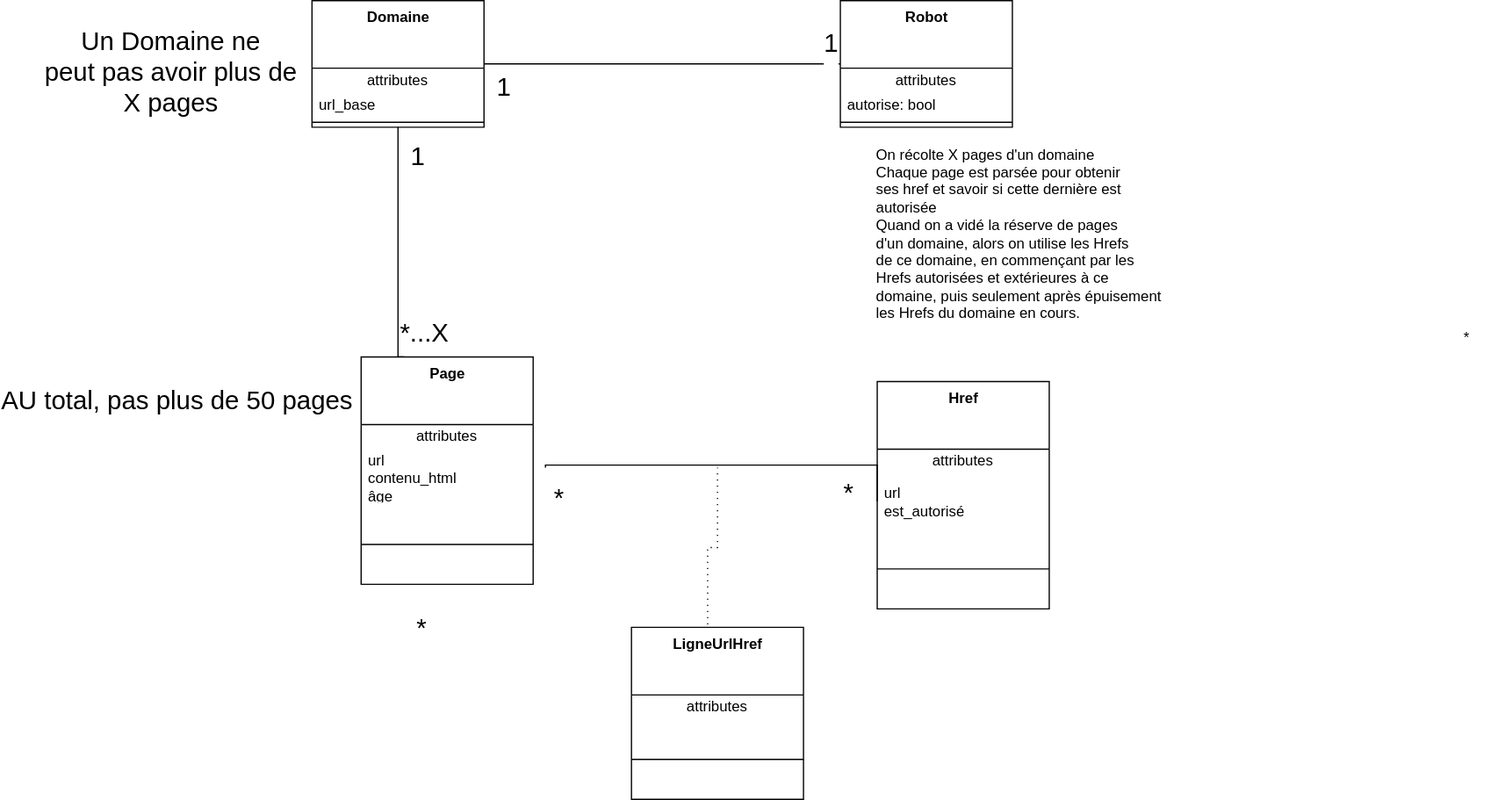
The draw.io diagram TP1/doc/diagramme_de_classes.drawio.svg in WolfPackStatMathieu/indexation_web, before a commit. Source tidied: cells renumbered, new cells last; positions are measured from the earlier drawing's top-left corner, leaving out a move shared by most shapes. The source it was exported from:
```xml
<mxGraphModel>
  <root>
    <mxCell id="0" />
    <mxCell id="1" parent="0" />
    <mxCell id="2" value="&lt;div style=&quot;font-size: 21px;&quot;&gt;*...X&lt;/div&gt;" style="edgeStyle=orthogonalEdgeStyle;html=1;exitX=0.25;exitY=0;exitDx=0;exitDy=0;entryX=0.5;entryY=1;entryDx=0;entryDy=0;rounded=0;verticalAlign=middle;align=left;labelPosition=right;verticalLabelPosition=middle;fontSize=21;horizontal=1;strokeColor=default;endArrow=none;endFill=0;" parent="1" edge="1" source="8" target="4">
      <mxGeometry x="-0.74" relative="1" as="geometry">
        <Array as="points">
          <mxPoint x="300" y="290" />
        </Array>
      </mxGeometry>
    </mxCell>
    <mxCell id="3" value="1" style="edgeLabel;html=1;align=center;verticalAlign=middle;fontSize=21;" parent="2" vertex="1">
      <mxGeometry x="-0.64" y="-1" relative="1" as="geometry">
        <mxPoint x="14" y="-136" as="offset" />
      </mxGeometry>
    </mxCell>
    <mxCell id="4" value="&lt;b&gt;Domaine&lt;/b&gt;" style="swimlane;fontStyle=0;align=center;verticalAlign=top;horizontal=1;startSize=55;html=1;" parent="1" vertex="1">
      <mxGeometry x="230" width="140" height="103" as="geometry" />
    </mxCell>
    <mxCell id="5" value="attributes" style="text;html=1;strokeColor=none;fillColor=none;align=center;verticalAlign=middle;spacingLeft=4;spacingRight=4;overflow=hidden;" parent="4" vertex="1">
      <mxGeometry y="55" width="140" height="20" as="geometry" />
    </mxCell>
    <mxCell id="6" value="url_base" style="text;html=1;strokeColor=none;fillColor=none;align=left;verticalAlign=middle;spacingLeft=4;spacingRight=4;overflow=hidden;" parent="4" vertex="1">
      <mxGeometry y="75" width="140" height="20" as="geometry" />
    </mxCell>
    <mxCell id="7" style="line;strokeWidth=1;fillColor=none;align=left;verticalAlign=middle;spacingTop=-1;spacingLeft=3;spacingRight=3;labelPosition=right;" parent="4" vertex="1">
      <mxGeometry y="95" width="140" height="8" as="geometry" />
    </mxCell>
    <mxCell id="8" value="&lt;b&gt;Page&lt;/b&gt;" style="swimlane;fontStyle=0;align=center;verticalAlign=top;horizontal=1;startSize=55;html=1;" parent="1" vertex="1">
      <mxGeometry x="270" y="290" width="140" height="185" as="geometry" />
    </mxCell>
    <mxCell id="9" value="attributes" style="text;html=1;strokeColor=none;fillColor=none;align=center;verticalAlign=middle;spacingLeft=4;spacingRight=4;overflow=hidden;" parent="8" vertex="1">
      <mxGeometry y="55" width="140" height="20" as="geometry" />
    </mxCell>
    <mxCell id="10" value="url&lt;br&gt;contenu_html&lt;br&gt;âge" style="text;html=1;strokeColor=none;fillColor=none;align=left;verticalAlign=middle;spacingLeft=4;spacingRight=4;overflow=hidden;" parent="8" vertex="1">
      <mxGeometry y="75" width="140" height="45" as="geometry" />
    </mxCell>
    <mxCell id="11" style="line;strokeWidth=1;fillColor=none;align=left;verticalAlign=middle;spacingTop=-1;spacingLeft=3;spacingRight=3;labelPosition=right;" parent="8" vertex="1">
      <mxGeometry y="120" width="140" height="65" as="geometry" />
    </mxCell>
    <mxCell id="12" value="*" style="text;strokeColor=none;align=center;fillColor=none;html=1;verticalAlign=middle;whiteSpace=wrap;rounded=0;" parent="1" vertex="1">
      <mxGeometry x="1140" y="260" width="60" height="30" as="geometry" />
    </mxCell>
    <mxCell id="13" value="&lt;b&gt;Href&lt;/b&gt;" style="swimlane;fontStyle=0;align=center;verticalAlign=top;horizontal=1;startSize=55;html=1;" parent="1" vertex="1">
      <mxGeometry x="690" y="310" width="140" height="185" as="geometry" />
    </mxCell>
    <mxCell id="14" value="attributes" style="text;html=1;strokeColor=none;fillColor=none;align=center;verticalAlign=middle;spacingLeft=4;spacingRight=4;overflow=hidden;" parent="13" vertex="1">
      <mxGeometry y="55" width="140" height="20" as="geometry" />
    </mxCell>
    <mxCell id="15" value="url&lt;br&gt;est_autorisé" style="text;html=1;strokeColor=none;fillColor=none;align=left;verticalAlign=middle;spacingLeft=4;spacingRight=4;overflow=hidden;points=[[0,0.5],[1,0.5]];portConstraint=eastwest;" parent="13" vertex="1">
      <mxGeometry y="75" width="140" height="45" as="geometry" />
    </mxCell>
    <mxCell id="16" style="line;strokeWidth=1;fillColor=none;align=left;verticalAlign=middle;spacingTop=-1;spacingLeft=3;spacingRight=3;labelPosition=right;" parent="13" vertex="1">
      <mxGeometry y="120" width="140" height="65" as="geometry" />
    </mxCell>
    <mxCell id="17" value="&lt;div style=&quot;font-size: 21px;&quot;&gt;*&lt;/div&gt;" style="edgeStyle=orthogonalEdgeStyle;html=1;exitX=0;exitY=0.5;exitDx=0;exitDy=0;rounded=0;verticalAlign=middle;align=left;labelPosition=right;verticalLabelPosition=middle;fontSize=21;horizontal=1;strokeColor=default;endArrow=none;endFill=0;" parent="1" edge="1" source="15">
      <mxGeometry x="-0.61" y="22" relative="1" as="geometry">
        <mxPoint x="420" y="380" as="targetPoint" />
        <Array as="points">
          <mxPoint x="420" y="378" />
        </Array>
        <mxPoint x="1" as="offset" />
      </mxGeometry>
    </mxCell>
    <mxCell id="18" value="*" style="edgeLabel;html=1;align=center;verticalAlign=middle;fontSize=21;" parent="17" vertex="1">
      <mxGeometry x="-0.64" y="-1" relative="1" as="geometry">
        <mxPoint x="-235" y="26" as="offset" />
      </mxGeometry>
    </mxCell>
    <mxCell id="19" value="&lt;div style=&quot;font-size: 21px;&quot;&gt;&lt;br&gt;&lt;/div&gt;" style="html=1;rounded=0;verticalAlign=middle;align=left;labelPosition=right;verticalLabelPosition=middle;fontSize=21;horizontal=1;strokeColor=default;endArrow=none;endFill=0;dashed=1;dashPattern=1 4;exitX=0.443;exitY=-0.017;exitDx=0;exitDy=0;exitPerimeter=0;edgeStyle=orthogonalEdgeStyle;" parent="1" edge="1" source="21">
      <mxGeometry x="-0.61" y="22" relative="1" as="geometry">
        <mxPoint x="560" y="380" as="targetPoint" />
        <mxPoint x="1" as="offset" />
      </mxGeometry>
    </mxCell>
    <mxCell id="20" value="*" style="edgeLabel;html=1;align=center;verticalAlign=middle;fontSize=21;" parent="19" vertex="1">
      <mxGeometry x="-0.64" y="-1" relative="1" as="geometry">
        <mxPoint x="-235" y="26" as="offset" />
      </mxGeometry>
    </mxCell>
    <mxCell id="21" value="&lt;b&gt;LigneUrlHref&lt;/b&gt;" style="swimlane;fontStyle=0;align=center;verticalAlign=top;horizontal=1;startSize=55;html=1;" parent="1" vertex="1">
      <mxGeometry x="490" y="510" width="140" height="140" as="geometry" />
    </mxCell>
    <mxCell id="22" value="attributes" style="text;html=1;strokeColor=none;fillColor=none;align=center;verticalAlign=middle;spacingLeft=4;spacingRight=4;overflow=hidden;" parent="21" vertex="1">
      <mxGeometry y="55" width="140" height="20" as="geometry" />
    </mxCell>
    <mxCell id="23" style="line;strokeWidth=1;fillColor=none;align=left;verticalAlign=middle;spacingTop=-1;spacingLeft=3;spacingRight=3;labelPosition=right;" parent="21" vertex="1">
      <mxGeometry y="75" width="140" height="65" as="geometry" />
    </mxCell>
    <mxCell id="24" value="&lt;b&gt;Robot&lt;/b&gt;" style="swimlane;fontStyle=0;align=center;verticalAlign=top;horizontal=1;startSize=55;html=1;" parent="1" vertex="1">
      <mxGeometry x="660" width="140" height="103" as="geometry" />
    </mxCell>
    <mxCell id="25" value="attributes" style="text;html=1;strokeColor=none;fillColor=none;align=center;verticalAlign=middle;spacingLeft=4;spacingRight=4;overflow=hidden;" parent="24" vertex="1">
      <mxGeometry y="55" width="140" height="20" as="geometry" />
    </mxCell>
    <mxCell id="26" value="autorise: bool" style="text;html=1;strokeColor=none;fillColor=none;align=left;verticalAlign=middle;spacingLeft=4;spacingRight=4;overflow=hidden;" parent="24" vertex="1">
      <mxGeometry y="75" width="140" height="20" as="geometry" />
    </mxCell>
    <mxCell id="27" style="line;strokeWidth=1;fillColor=none;align=left;verticalAlign=middle;spacingTop=-1;spacingLeft=3;spacingRight=3;labelPosition=right;" parent="24" vertex="1">
      <mxGeometry y="95" width="140" height="8" as="geometry" />
    </mxCell>
    <mxCell id="28" value="&lt;div style=&quot;font-size: 21px;&quot;&gt;1&lt;/div&gt;&lt;div style=&quot;font-size: 21px;&quot;&gt;&lt;br&gt;&lt;/div&gt;" style="html=1;exitX=0;exitY=0.5;exitDx=0;exitDy=0;entryX=1;entryY=0.5;entryDx=0;entryDy=0;rounded=0;verticalAlign=middle;align=left;labelPosition=right;verticalLabelPosition=middle;fontSize=21;horizontal=1;strokeColor=default;endArrow=none;endFill=0;edgeStyle=orthogonalEdgeStyle;" parent="1" edge="1" source="24" target="4">
      <mxGeometry x="-0.9" y="-5" relative="1" as="geometry" />
    </mxCell>
    <mxCell id="29" value="1" style="edgeLabel;html=1;align=center;verticalAlign=top;fontSize=21;" parent="28" vertex="1">
      <mxGeometry x="0.9" y="-1" relative="1" as="geometry">
        <mxPoint x="1" as="offset" />
      </mxGeometry>
    </mxCell>
    <mxCell id="30" value="AU total, pas plus de 50 pages&lt;br&gt;" style="text;html=1;align=center;verticalAlign=middle;strokeColor=none;fillColor=none;fontSize=21;" parent="1" vertex="1">
      <mxGeometry x="50" y="305" width="140" height="40" as="geometry" />
    </mxCell>
    <mxCell id="31" value="Un Domaine ne &lt;br&gt;peut pas avoir plus de&amp;nbsp;&lt;br&gt;X pages&lt;br&gt;" style="text;html=1;align=center;verticalAlign=middle;strokeColor=none;fillColor=none;fontSize=21;" parent="1" vertex="1">
      <mxGeometry y="13" width="230" height="90" as="geometry" />
    </mxCell>
    <mxCell id="32" value="&lt;div style=&quot;text-align: justify; font-size: 12px;&quot;&gt;&lt;span style=&quot;font-size: 12px; background-color: initial;&quot;&gt;On récolte X pages d'un domaine&lt;/span&gt;&lt;/div&gt;&lt;font style=&quot;font-size: 12px;&quot;&gt;&lt;div style=&quot;text-align: justify; font-size: 12px;&quot;&gt;&lt;span style=&quot;background-color: initial; font-size: 12px;&quot;&gt;Chaque page est parsée pour obtenir&lt;/span&gt;&lt;/div&gt;&lt;div style=&quot;text-align: justify; font-size: 12px;&quot;&gt;&lt;span style=&quot;background-color: initial; font-size: 12px;&quot;&gt;ses href et savoir si&amp;nbsp;&lt;/span&gt;&lt;span style=&quot;background-color: initial; font-size: 12px;&quot;&gt;cette dernière est&lt;/span&gt;&lt;/div&gt;&lt;div style=&quot;text-align: justify; font-size: 12px;&quot;&gt;&lt;span style=&quot;background-color: initial; font-size: 12px;&quot;&gt;&amp;nbsp;autorisée&lt;/span&gt;&lt;/div&gt;&lt;div style=&quot;text-align: justify; font-size: 12px;&quot;&gt;&lt;span style=&quot;background-color: initial; font-size: 12px;&quot;&gt;Quand on a vidé la réserve de pages&amp;nbsp;&lt;/span&gt;&lt;/div&gt;&lt;div style=&quot;text-align: justify; font-size: 12px;&quot;&gt;&lt;span style=&quot;background-color: initial; font-size: 12px;&quot;&gt;d'un domaine, alors on utilise les Hrefs&lt;/span&gt;&lt;/div&gt;&lt;div style=&quot;text-align: justify; font-size: 12px;&quot;&gt;&lt;span style=&quot;background-color: initial; font-size: 12px;&quot;&gt;de ce domaine, en commençant par les&lt;/span&gt;&lt;/div&gt;&lt;div style=&quot;text-align: justify; font-size: 12px;&quot;&gt;&lt;span style=&quot;background-color: initial; font-size: 12px;&quot;&gt;Hrefs autorisées et extérieures à ce&amp;nbsp;&lt;/span&gt;&lt;/div&gt;&lt;div style=&quot;text-align: justify; font-size: 12px;&quot;&gt;&lt;span style=&quot;background-color: initial; font-size: 12px;&quot;&gt;domaine, puis seulement après épuisement&lt;/span&gt;&lt;/div&gt;&lt;div style=&quot;text-align: justify; font-size: 12px;&quot;&gt;&lt;span style=&quot;background-color: initial; font-size: 12px;&quot;&gt;&amp;nbsp;les Hrefs&amp;nbsp;&lt;/span&gt;&lt;span style=&quot;background-color: initial; font-size: 12px;&quot;&gt;du domaine en cours.&lt;/span&gt;&lt;/div&gt;&lt;/font&gt;" style="text;html=1;align=center;verticalAlign=middle;strokeColor=none;fillColor=none;fontSize=12;" parent="1" vertex="1">
      <mxGeometry x="675" y="110" width="260" height="160" as="geometry" />
    </mxCell>
  </root>
</mxGraphModel>
```
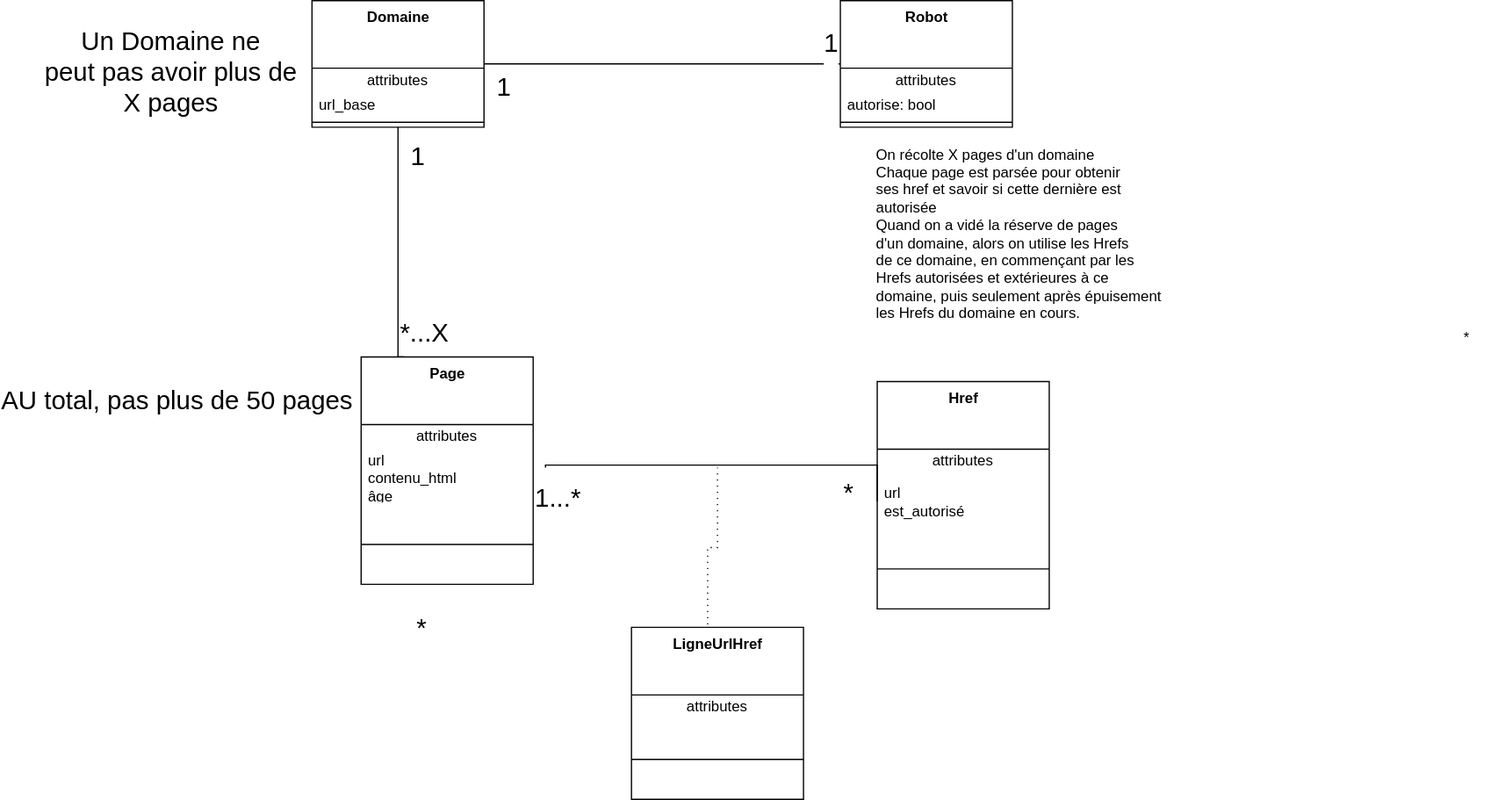
The same file after the commit.

Change to the diagram source:
```diff
@@ -62,9 +62,9 @@
         <mxPoint x="1" as="offset" />
       </mxGeometry>
     </mxCell>
-    <mxCell id="18" value="*" style="edgeLabel;html=1;align=center;verticalAlign=middle;fontSize=21;" parent="17" vertex="1">
+    <mxCell id="18" value="1...*" style="edgeLabel;html=1;align=center;verticalAlign=middle;fontSize=21;" parent="17" vertex="1">
       <mxGeometry x="-0.64" y="-1" relative="1" as="geometry">
-        <mxPoint x="-235" y="26" as="offset" />
+        <mxPoint x="-236" y="26" as="offset" />
       </mxGeometry>
     </mxCell>
     <mxCell id="19" value="&lt;div style=&quot;font-size: 21px;&quot;&gt;&lt;br&gt;&lt;/div&gt;" style="html=1;rounded=0;verticalAlign=middle;align=left;labelPosition=right;verticalLabelPosition=middle;fontSize=21;horizontal=1;strokeColor=default;endArrow=none;endFill=0;dashed=1;dashPattern=1 4;exitX=0.443;exitY=-0.017;exitDx=0;exitDy=0;exitPerimeter=0;edgeStyle=orthogonalEdgeStyle;" parent="1" edge="1" source="21">
```
